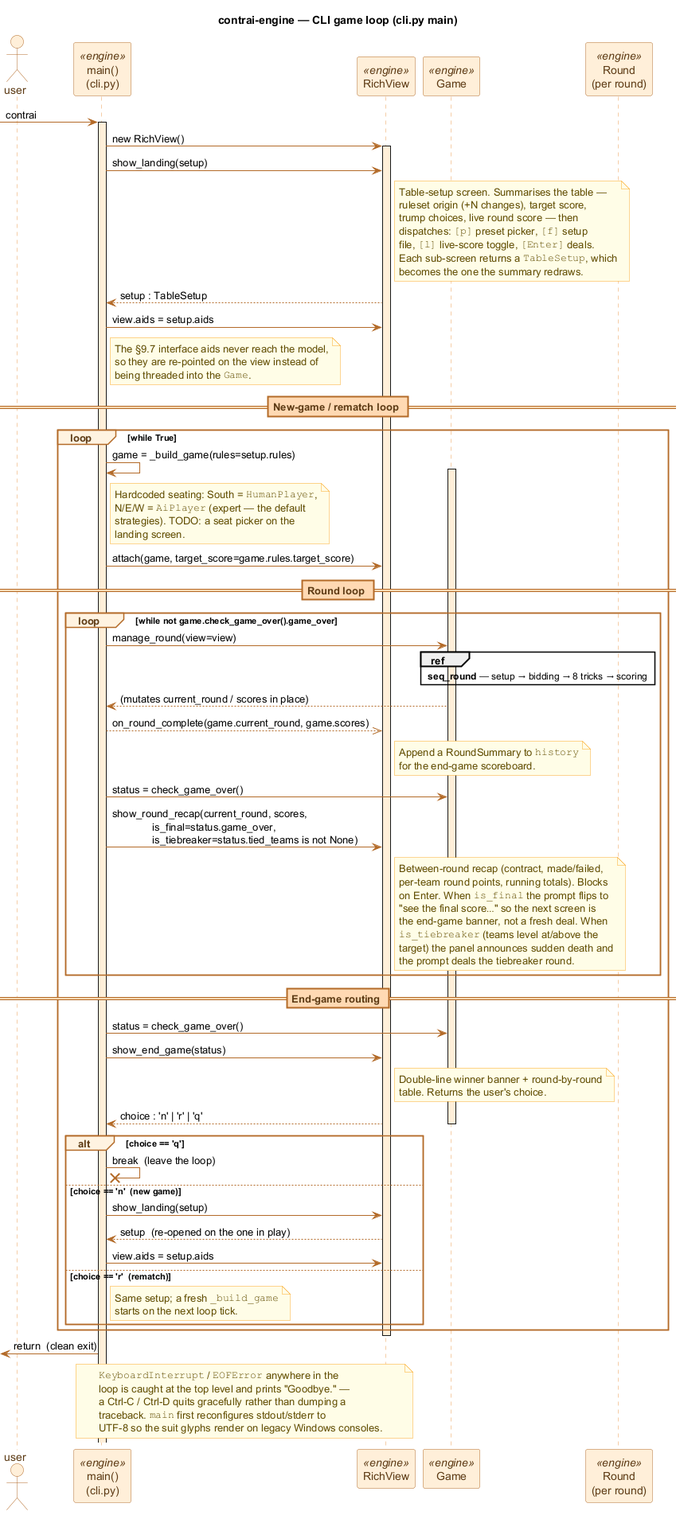
Earlier version of the PlantUML export docs/diagrams/seq_cli.png (valmathieu/ContrAI).
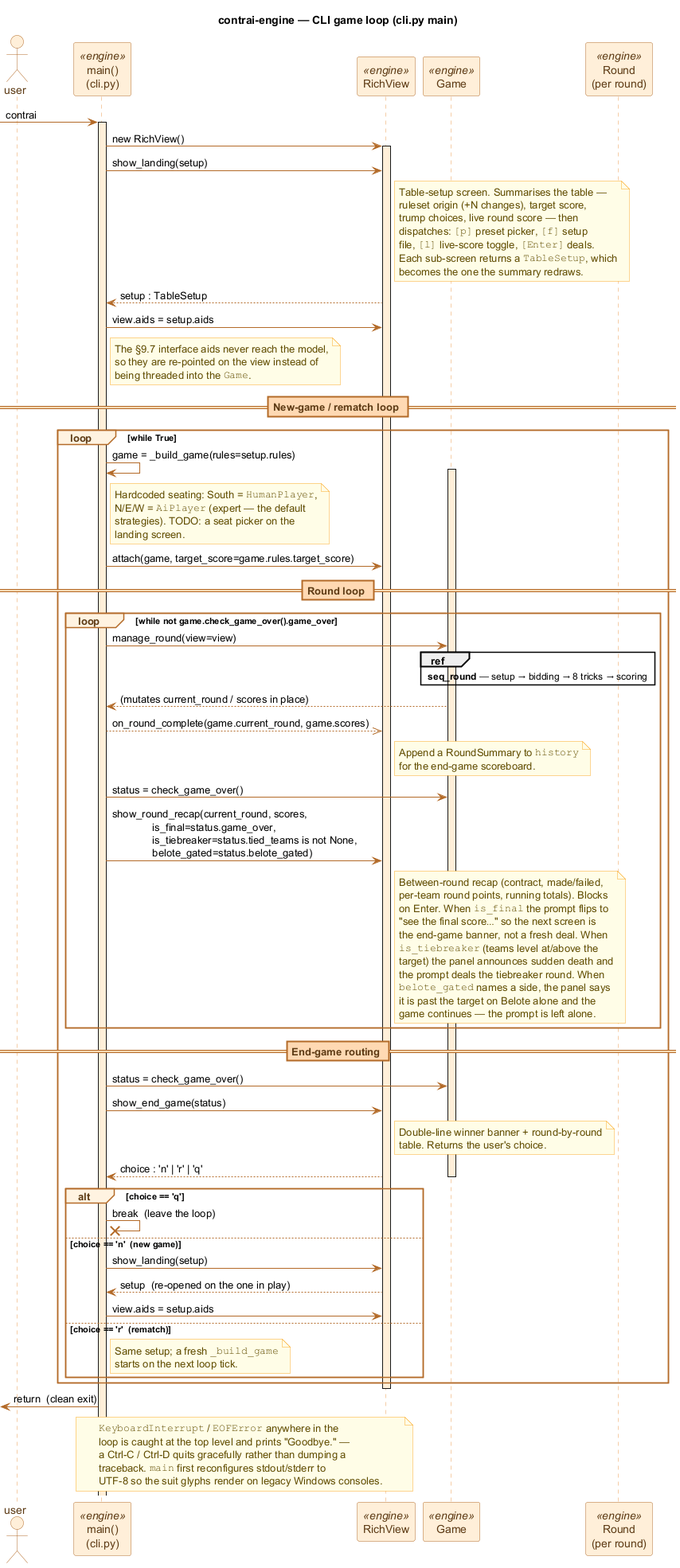
The same file after the commit.

The edit, as a diff of the source:
```diff
@@ -83,7 +83,7 @@
         end note
 
         M -> G : status = check_game_over()
-        M -> V : show_round_recap(current_round, scores,\n              is_final=status.game_over,\n              is_tiebreaker=status.tied_teams is not None)
+        M -> V : show_round_recap(current_round, scores,\n              is_final=status.game_over,\n              is_tiebreaker=status.tied_teams is not None,\n              belote_gated=status.belote_gated)
         note right of V
           Between-round recap (contract, made/failed,
           per-team round points, running totals). Blocks
@@ -92,7 +92,10 @@
           the end-game banner, not a fresh deal. When
           ""is_tiebreaker"" (teams level at/above the
           target) the panel announces sudden death and
-          the prompt deals the tiebreaker round.
+          the prompt deals the tiebreaker round. When
+          ""belote_gated"" names a side, the panel says
+          it is past the target on Belote alone and the
+          game continues — the prompt is left alone.
         end note
     end
 
```
